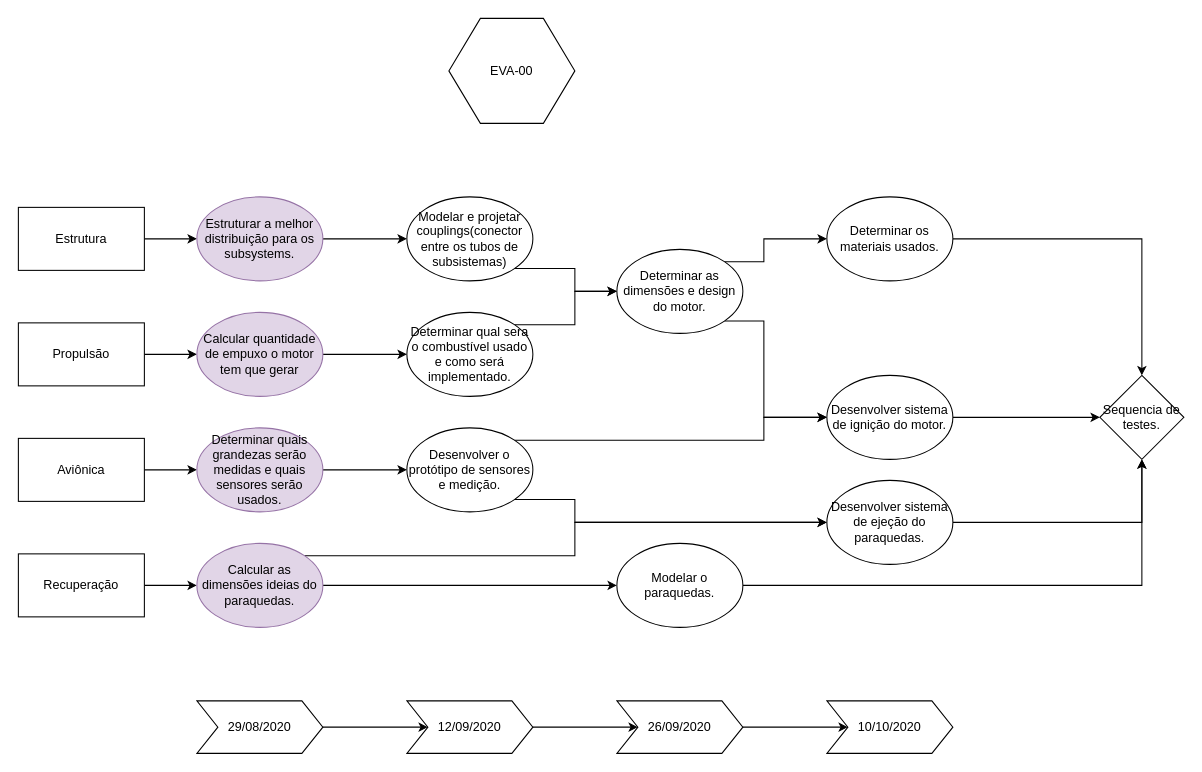
freedxmgxd/Evangelion-Unidade-00 keeps this draw.io diagram as eva-00.drawio. Above is the earlier version. Source tidied: cells renumbered, new cells numbered last; positions are measured from the earlier drawing's top-left corner, leaving out a move shared by most shapes. Both pictures are drawn from the tidied source at 105%, with x=0, y=0 at pixel (18, 18).
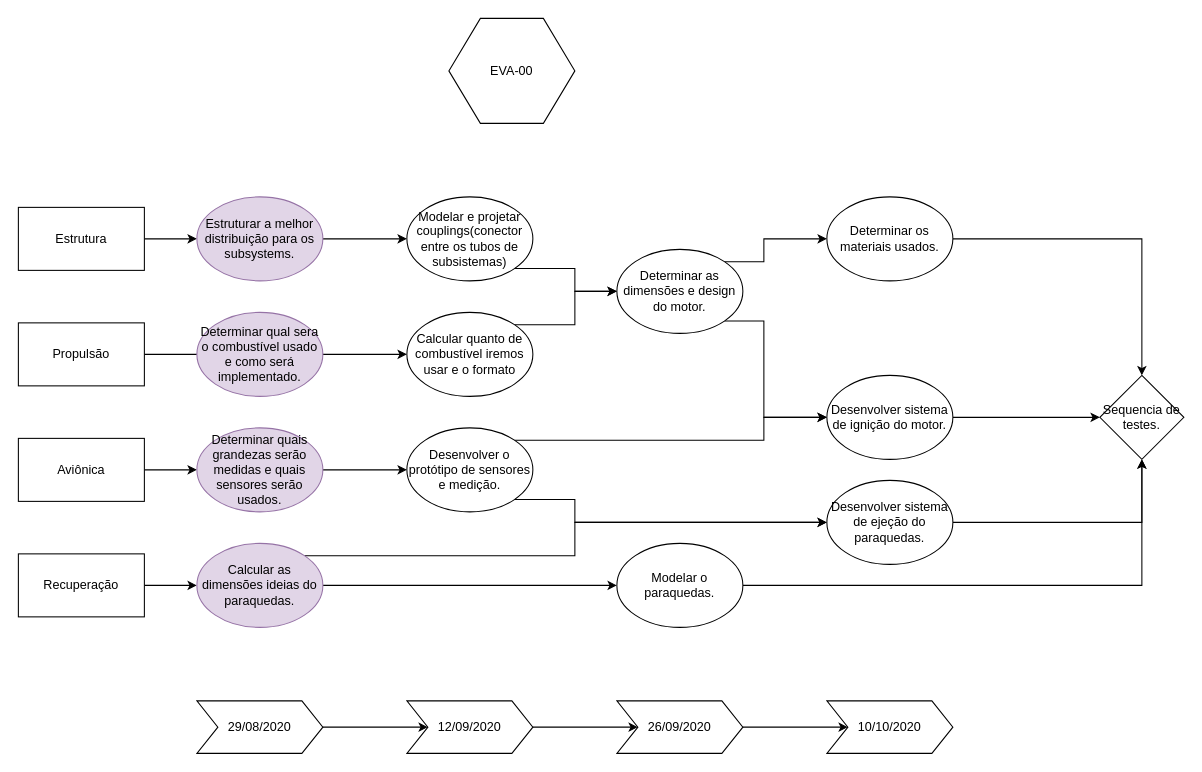
After the change.

The change refers to these unchanged cells:
```xml
<mxCell id="24" value="Determinar as dimensões e design do motor." style="ellipse;whiteSpace=wrap;html=1;" parent="1" vertex="1">
  <mxGeometry x="570" y="220" width="120" height="80" as="geometry" />
</mxCell>
```

Diff of the diagram source:
```diff
@@
-    <mxCell id="18" style="edgeStyle=orthogonalEdgeStyle;rounded=0;jettySize=auto;html=1;exitX=1;exitY=0.5;exitDx=0;exitDy=0;entryX=0;entryY=0.5;entryDx=0;entryDy=0;" parent="1" edge="1" source="19" target="21">
-      <mxGeometry relative="1" as="geometry" />
-    </mxCell>
+    <mxCell id="46" style="edgeStyle=orthogonalEdgeStyle;rounded=0;jettySize=auto;html=1;exitX=1;exitY=0;exitDx=0;exitDy=0;entryX=0;entryY=0.5;entryDx=0;entryDy=0;" parent="1" edge="1" source="19" target="24">
+      <mxGeometry relative="1" as="geometry" />
+    </mxCell>
-    <mxCell id="19" value="Calcular quantidade de empuxo o motor tem que gerar" style="ellipse;whiteSpace=wrap;html=1;fillColor=#e1d5e7;strokeColor=#9673a6;" parent="1" vertex="1">
-      <mxGeometry x="170" y="280" width="120" height="80" as="geometry" />
+    <mxCell id="19" value="Calcular quanto de combustível iremos usar e o formato" style="ellipse;whiteSpace=wrap;html=1;" parent="1" vertex="1">
+      <mxGeometry x="370" y="280" width="120" height="80" as="geometry" />
     </mxCell>
-    <mxCell id="20" style="edgeStyle=orthogonalEdgeStyle;rounded=0;jettySize=auto;html=1;exitX=1;exitY=0;exitDx=0;exitDy=0;" parent="1" edge="1" source="21" target="24">
-      <mxGeometry relative="1" as="geometry" />
-    </mxCell>
-    <mxCell id="21" value="Determinar qual sera o combustível usado e como será implementado." style="ellipse;whiteSpace=wrap;html=1;" parent="1" vertex="1">
-      <mxGeometry x="370" y="280" width="120" height="80" as="geometry" />
+    <mxCell id="21" value="Determinar qual sera o combustível usado e como será implementado." style="ellipse;whiteSpace=wrap;html=1;fillColor=#e1d5e7;strokeColor=#9673a6;" parent="1" vertex="1">
+      <mxGeometry x="170" y="280" width="120" height="80" as="geometry" />
     </mxCell>
```
